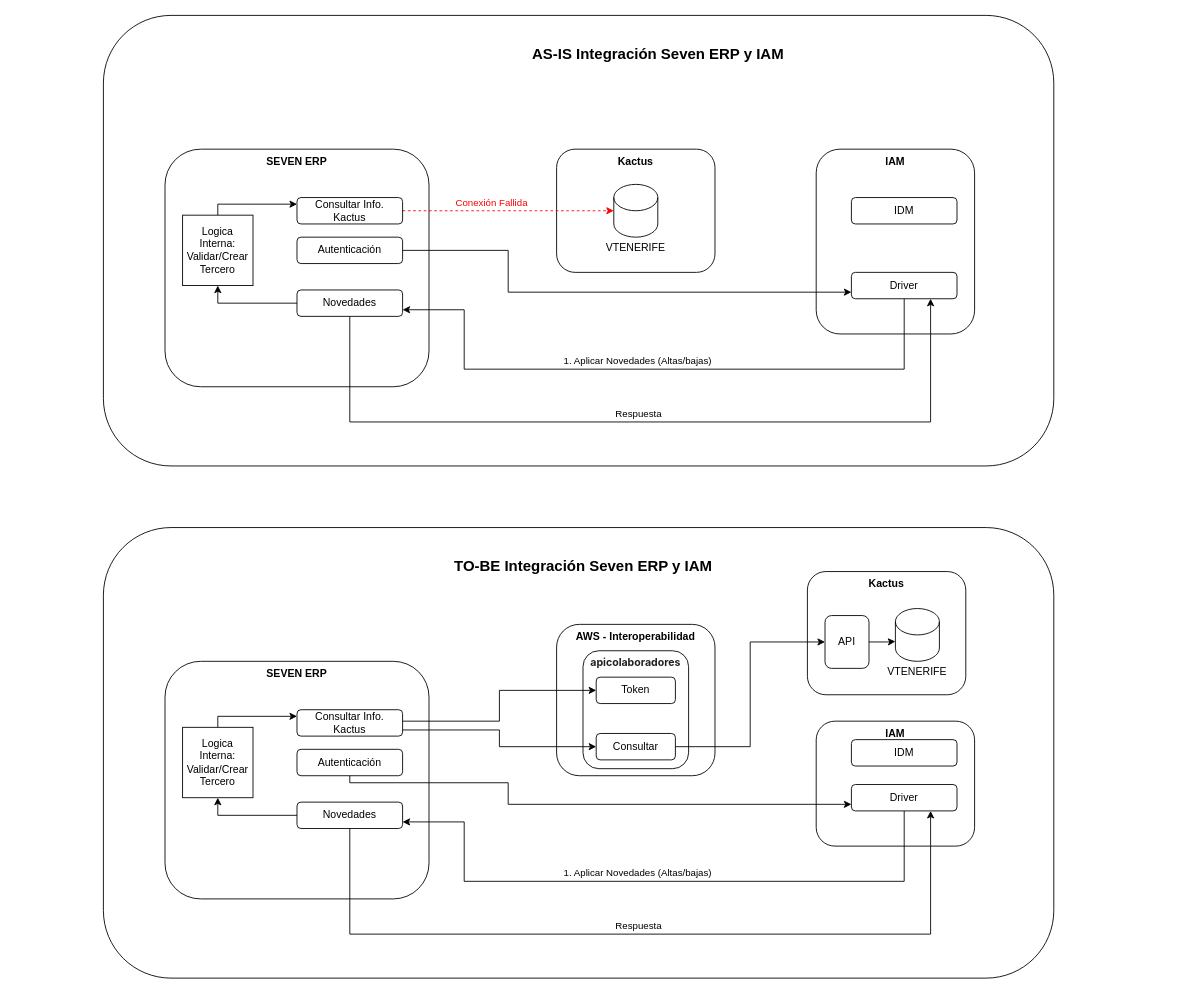
Before: page "AS-IS" (1 of 2) of IAM-Seven.drawio in carlosvalderrama1204/diagrams, a draw.io diagram. Source tidied: cells renumbered, new cells numbered last; positions are measured from the earlier drawing's top-left corner, leaving out a move shared by most shapes. Both pictures are drawn from the tidied source at 88%, with x=0, y=0 at pixel (103, 15).
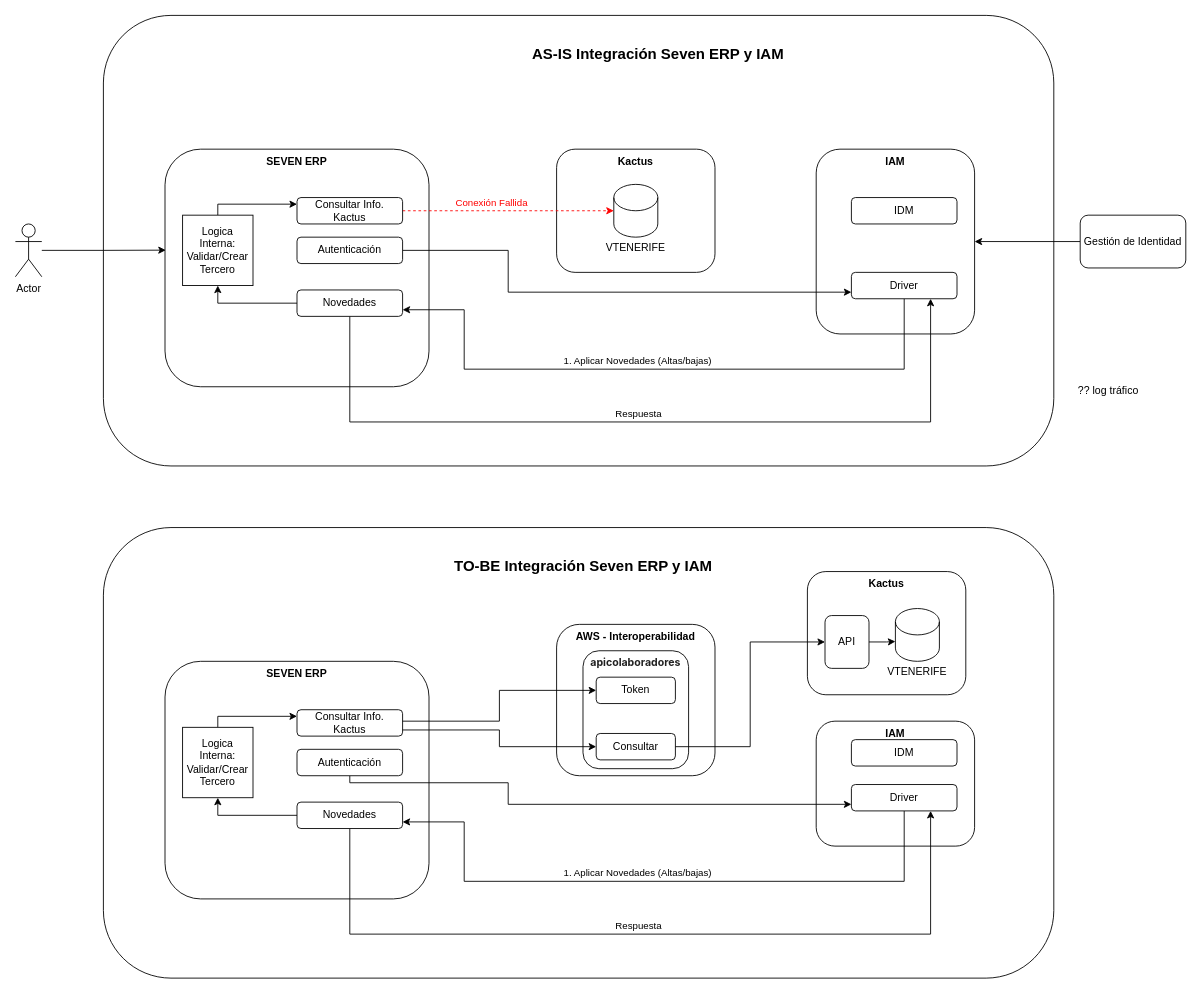
Above is the later version.

Unchanged cells that the change refers to:
```xml
<mxCell id="3" value="&lt;span&gt;SEVEN ERP&lt;/span&gt;" style="rounded=1;whiteSpace=wrap;html=1;verticalAlign=top;fontStyle=1;" parent="1" vertex="1">
  <mxGeometry x="70" y="152" width="300" height="270" as="geometry" />
</mxCell>
<mxCell id="10" value="&lt;span&gt;IAM&lt;/span&gt;" style="rounded=1;whiteSpace=wrap;html=1;verticalAlign=top;fontStyle=1;" parent="1" vertex="1">
  <mxGeometry x="810" y="152" width="180" height="210" as="geometry" />
</mxCell>
```

Change to the diagram source:
```diff
@@
+    <mxCell id="51" value="&amp;nbsp;?? log tráfico" style="text;html=1;align=center;verticalAlign=middle;strokeColor=none;fillColor=none;" parent="1" vertex="1">
+      <mxGeometry x="1090" y="412" width="100" height="30" as="geometry" />
+    </mxCell>
+    <mxCell id="52" style="edgeStyle=orthogonalEdgeStyle;rounded=0;jettySize=auto;html=1;" parent="1" edge="1" source="53" target="10">
+      <mxGeometry relative="1" as="geometry" />
+    </mxCell>
+    <mxCell id="53" value="Gestión de Identidad" style="rounded=1;whiteSpace=wrap;html=1;" parent="1" vertex="1">
+      <mxGeometry x="1110" y="227" width="120" height="60" as="geometry" />
+    </mxCell>
+    <mxCell id="54" value="Actor" style="shape=umlActor;verticalLabelPosition=bottom;verticalAlign=top;html=1;outlineConnect=0;" parent="1" vertex="1">
+      <mxGeometry x="-100" y="237" width="30" height="60" as="geometry" />
+    </mxCell>
+    <mxCell id="55" style="edgeStyle=orthogonalEdgeStyle;rounded=0;jettySize=auto;html=1;entryX=0.003;entryY=0.425;entryDx=0;entryDy=0;entryPerimeter=0;" parent="1" edge="1" source="54" target="3">
+      <mxGeometry relative="1" as="geometry" />
+    </mxCell>
```
